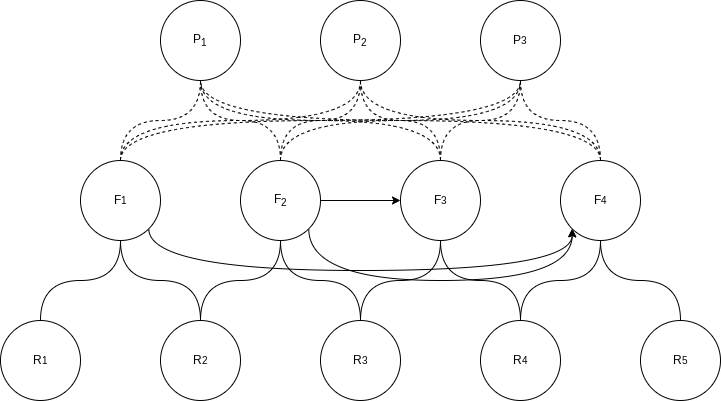
The draw.io diagram publication_2/images/graph.png in Dambr/yewking, before a commit. Source tidied: cells renumbered, new cells last; positions are measured from the earlier drawing's top-left corner, leaving out a move shared by most shapes.
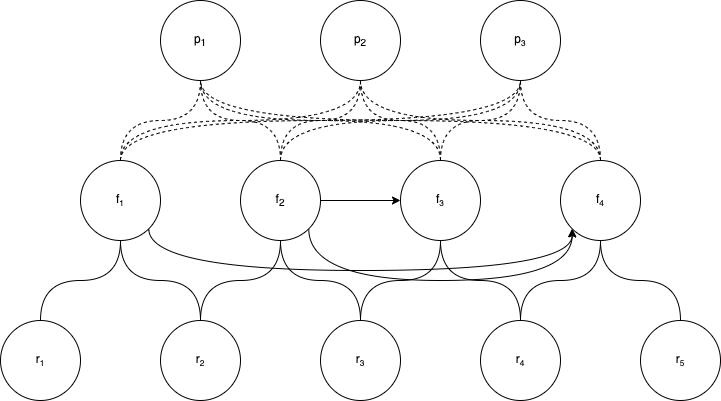
The same diagram one commit later.

The edit, as a diff of the source:
```diff
@@ -2,13 +2,13 @@
   <root>
     <mxCell id="0" />
     <mxCell id="1" parent="0" />
-    <mxCell id="2" value="P&lt;sub&gt;1&lt;/sub&gt;" style="ellipse;whiteSpace=wrap;html=1;" parent="1" vertex="1">
+    <mxCell id="2" value="p&lt;sub&gt;1&lt;/sub&gt;" style="ellipse;whiteSpace=wrap;html=1;" parent="1" vertex="1">
       <mxGeometry x="160" width="80" height="80" as="geometry" />
     </mxCell>
-    <mxCell id="3" value="P&lt;sub&gt;2&lt;/sub&gt;" style="ellipse;whiteSpace=wrap;html=1;" parent="1" vertex="1">
+    <mxCell id="3" value="p&lt;sub&gt;2&lt;/sub&gt;" style="ellipse;whiteSpace=wrap;html=1;" parent="1" vertex="1">
       <mxGeometry x="320" width="80" height="80" as="geometry" />
     </mxCell>
-    <mxCell id="4" value="P&lt;span style=&quot;font-size: 10px;&quot;&gt;3&lt;/span&gt;" style="ellipse;whiteSpace=wrap;html=1;" parent="1" vertex="1">
+    <mxCell id="4" value="p&lt;span style=&quot;font-size: 10px;&quot;&gt;&lt;sub&gt;3&lt;/sub&gt;&lt;/span&gt;" style="ellipse;whiteSpace=wrap;html=1;" parent="1" vertex="1">
       <mxGeometry x="480" width="80" height="80" as="geometry" />
     </mxCell>
     <mxCell id="5" style="edgeStyle=orthogonalEdgeStyle;curved=1;rounded=0;jettySize=auto;html=1;exitX=1;exitY=0.5;exitDx=0;exitDy=0;entryX=0;entryY=0.5;entryDx=0;entryDy=0;" parent="1" edge="1" source="10" target="19">
@@ -31,7 +31,7 @@
     <mxCell id="9" style="edgeStyle=orthogonalEdgeStyle;curved=1;rounded=0;jettySize=auto;html=1;exitX=0.5;exitY=0;exitDx=0;exitDy=0;entryX=0.5;entryY=1;entryDx=0;entryDy=0;elbow=vertical;endArrow=none;endFill=0;dashed=1;" parent="1" edge="1" source="10" target="4">
       <mxGeometry relative="1" as="geometry" />
     </mxCell>
-    <mxCell id="10" value="F&lt;sub&gt;2&lt;/sub&gt;" style="ellipse;whiteSpace=wrap;html=1;" parent="1" vertex="1">
+    <mxCell id="10" value="f&lt;sub&gt;2&lt;/sub&gt;" style="ellipse;whiteSpace=wrap;html=1;" parent="1" vertex="1">
       <mxGeometry x="240" y="160" width="80" height="80" as="geometry" />
     </mxCell>
     <mxCell id="11" style="edgeStyle=orthogonalEdgeStyle;curved=1;rounded=0;jettySize=auto;html=1;exitX=0.5;exitY=0;exitDx=0;exitDy=0;entryX=0.5;entryY=1;entryDx=0;entryDy=0;elbow=vertical;endArrow=none;endFill=0;dashed=1;" parent="1" edge="1" source="15" target="2">
@@ -51,7 +51,7 @@
         </Array>
       </mxGeometry>
     </mxCell>
-    <mxCell id="15" value="F&lt;span style=&quot;font-size: 10px;&quot;&gt;1&lt;/span&gt;" style="ellipse;whiteSpace=wrap;html=1;" parent="1" vertex="1">
+    <mxCell id="15" value="f&lt;span style=&quot;font-size: 10px;&quot;&gt;&lt;sub&gt;1&lt;/sub&gt;&lt;/span&gt;" style="ellipse;whiteSpace=wrap;html=1;" parent="1" vertex="1">
       <mxGeometry x="80" y="160" width="80" height="80" as="geometry" />
     </mxCell>
     <mxCell id="16" style="edgeStyle=orthogonalEdgeStyle;curved=1;rounded=0;jettySize=auto;html=1;exitX=0.5;exitY=0;exitDx=0;exitDy=0;entryX=0.5;entryY=1;entryDx=0;entryDy=0;elbow=vertical;endArrow=none;endFill=0;dashed=1;" parent="1" edge="1" source="19" target="2">
@@ -63,7 +63,7 @@
     <mxCell id="18" style="edgeStyle=orthogonalEdgeStyle;curved=1;rounded=0;jettySize=auto;html=1;exitX=0.5;exitY=0;exitDx=0;exitDy=0;entryX=0.5;entryY=1;entryDx=0;entryDy=0;elbow=vertical;endArrow=none;endFill=0;dashed=1;" parent="1" edge="1" source="19" target="4">
       <mxGeometry relative="1" as="geometry" />
     </mxCell>
-    <mxCell id="19" value="F&lt;span style=&quot;font-size: 10px;&quot;&gt;3&lt;/span&gt;" style="ellipse;whiteSpace=wrap;html=1;" parent="1" vertex="1">
+    <mxCell id="19" value="f&lt;span style=&quot;font-size: 10px;&quot;&gt;&lt;sub&gt;3&lt;/sub&gt;&lt;/span&gt;" style="ellipse;whiteSpace=wrap;html=1;" parent="1" vertex="1">
       <mxGeometry x="400" y="160" width="80" height="80" as="geometry" />
     </mxCell>
     <mxCell id="20" style="edgeStyle=orthogonalEdgeStyle;curved=1;rounded=0;jettySize=auto;html=1;exitX=0.5;exitY=0;exitDx=0;exitDy=0;entryX=0.5;entryY=1;entryDx=0;entryDy=0;elbow=vertical;endArrow=none;endFill=0;dashed=1;" parent="1" edge="1" source="23" target="2">
@@ -75,13 +75,13 @@
     <mxCell id="22" style="edgeStyle=orthogonalEdgeStyle;curved=1;rounded=0;jettySize=auto;html=1;exitX=0.5;exitY=0;exitDx=0;exitDy=0;entryX=0.5;entryY=1;entryDx=0;entryDy=0;elbow=vertical;endArrow=none;endFill=0;dashed=1;" parent="1" edge="1" source="23" target="4">
       <mxGeometry relative="1" as="geometry" />
     </mxCell>
-    <mxCell id="23" value="F&lt;span style=&quot;font-size: 10px;&quot;&gt;4&lt;/span&gt;" style="ellipse;whiteSpace=wrap;html=1;" parent="1" vertex="1">
+    <mxCell id="23" value="f&lt;span style=&quot;font-size: 10px;&quot;&gt;&lt;sub&gt;4&lt;/sub&gt;&lt;/span&gt;" style="ellipse;whiteSpace=wrap;html=1;" parent="1" vertex="1">
       <mxGeometry x="560" y="160" width="80" height="80" as="geometry" />
     </mxCell>
     <mxCell id="24" style="edgeStyle=orthogonalEdgeStyle;curved=1;rounded=0;jettySize=auto;html=1;exitX=0.5;exitY=0;exitDx=0;exitDy=0;entryX=0.5;entryY=1;entryDx=0;entryDy=0;endArrow=none;endFill=0;" parent="1" edge="1" source="25" target="15">
       <mxGeometry relative="1" as="geometry" />
     </mxCell>
-    <mxCell id="25" value="R&lt;span style=&quot;font-size: 10px;&quot;&gt;1&lt;/span&gt;" style="ellipse;whiteSpace=wrap;html=1;" parent="1" vertex="1">
+    <mxCell id="25" value="r&lt;span style=&quot;font-size: 10px;&quot;&gt;&lt;sub&gt;1&lt;/sub&gt;&lt;/span&gt;" style="ellipse;whiteSpace=wrap;html=1;" parent="1" vertex="1">
       <mxGeometry y="320" width="80" height="80" as="geometry" />
     </mxCell>
     <mxCell id="26" style="edgeStyle=orthogonalEdgeStyle;curved=1;rounded=0;jettySize=auto;html=1;exitX=0.5;exitY=0;exitDx=0;exitDy=0;entryX=0.5;entryY=1;entryDx=0;entryDy=0;endArrow=none;endFill=0;" parent="1" edge="1" source="28" target="15">
@@ -90,7 +90,7 @@
     <mxCell id="27" style="edgeStyle=orthogonalEdgeStyle;curved=1;rounded=0;jettySize=auto;html=1;exitX=0.5;exitY=0;exitDx=0;exitDy=0;entryX=0.5;entryY=1;entryDx=0;entryDy=0;endArrow=none;endFill=0;" parent="1" edge="1" source="28" target="10">
       <mxGeometry relative="1" as="geometry" />
     </mxCell>
-    <mxCell id="28" value="R&lt;span style=&quot;font-size: 10px;&quot;&gt;2&lt;/span&gt;" style="ellipse;whiteSpace=wrap;html=1;" parent="1" vertex="1">
+    <mxCell id="28" value="r&lt;span style=&quot;font-size: 10px;&quot;&gt;&lt;sub&gt;2&lt;/sub&gt;&lt;/span&gt;" style="ellipse;whiteSpace=wrap;html=1;" parent="1" vertex="1">
       <mxGeometry x="160" y="320" width="80" height="80" as="geometry" />
     </mxCell>
     <mxCell id="29" style="edgeStyle=orthogonalEdgeStyle;curved=1;rounded=0;jettySize=auto;html=1;exitX=0.5;exitY=0;exitDx=0;exitDy=0;entryX=0.5;entryY=1;entryDx=0;entryDy=0;endArrow=none;endFill=0;" parent="1" edge="1" source="31" target="10">
@@ -99,7 +99,7 @@
     <mxCell id="30" style="edgeStyle=orthogonalEdgeStyle;curved=1;rounded=0;jettySize=auto;html=1;exitX=0.5;exitY=0;exitDx=0;exitDy=0;entryX=0.5;entryY=1;entryDx=0;entryDy=0;endArrow=none;endFill=0;" parent="1" edge="1" source="31" target="19">
       <mxGeometry relative="1" as="geometry" />
     </mxCell>
-    <mxCell id="31" value="R&lt;span style=&quot;font-size: 10px;&quot;&gt;3&lt;/span&gt;" style="ellipse;whiteSpace=wrap;html=1;" parent="1" vertex="1">
+    <mxCell id="31" value="r&lt;span style=&quot;font-size: 10px;&quot;&gt;&lt;sub&gt;3&lt;/sub&gt;&lt;/span&gt;" style="ellipse;whiteSpace=wrap;html=1;" parent="1" vertex="1">
       <mxGeometry x="320" y="320" width="80" height="80" as="geometry" />
     </mxCell>
     <mxCell id="32" style="edgeStyle=orthogonalEdgeStyle;curved=1;rounded=0;jettySize=auto;html=1;exitX=0.5;exitY=0;exitDx=0;exitDy=0;entryX=0.5;entryY=1;entryDx=0;entryDy=0;endArrow=none;endFill=0;" parent="1" edge="1" source="34" target="19">
@@ -108,13 +108,13 @@
     <mxCell id="33" style="edgeStyle=orthogonalEdgeStyle;curved=1;rounded=0;jettySize=auto;html=1;exitX=0.5;exitY=0;exitDx=0;exitDy=0;entryX=0.5;entryY=1;entryDx=0;entryDy=0;endArrow=none;endFill=0;" parent="1" edge="1" source="34" target="23">
       <mxGeometry relative="1" as="geometry" />
     </mxCell>
-    <mxCell id="34" value="R&lt;span style=&quot;font-size: 10px;&quot;&gt;4&lt;/span&gt;" style="ellipse;whiteSpace=wrap;html=1;" parent="1" vertex="1">
+    <mxCell id="34" value="r&lt;span style=&quot;font-size: 10px;&quot;&gt;&lt;sub&gt;4&lt;/sub&gt;&lt;/span&gt;" style="ellipse;whiteSpace=wrap;html=1;" parent="1" vertex="1">
       <mxGeometry x="480" y="320" width="80" height="80" as="geometry" />
     </mxCell>
     <mxCell id="35" style="edgeStyle=orthogonalEdgeStyle;curved=1;rounded=0;jettySize=auto;html=1;exitX=0.5;exitY=0;exitDx=0;exitDy=0;entryX=0.5;entryY=1;entryDx=0;entryDy=0;endArrow=none;endFill=0;" parent="1" edge="1" source="36" target="23">
       <mxGeometry relative="1" as="geometry" />
     </mxCell>
-    <mxCell id="36" value="R&lt;span style=&quot;font-size: 10px;&quot;&gt;5&lt;/span&gt;" style="ellipse;whiteSpace=wrap;html=1;" parent="1" vertex="1">
+    <mxCell id="36" value="r&lt;span style=&quot;font-size: 10px;&quot;&gt;&lt;sub&gt;5&lt;/sub&gt;&lt;/span&gt;" style="ellipse;whiteSpace=wrap;html=1;" parent="1" vertex="1">
       <mxGeometry x="640" y="320" width="80" height="80" as="geometry" />
     </mxCell>
   </root>
```
